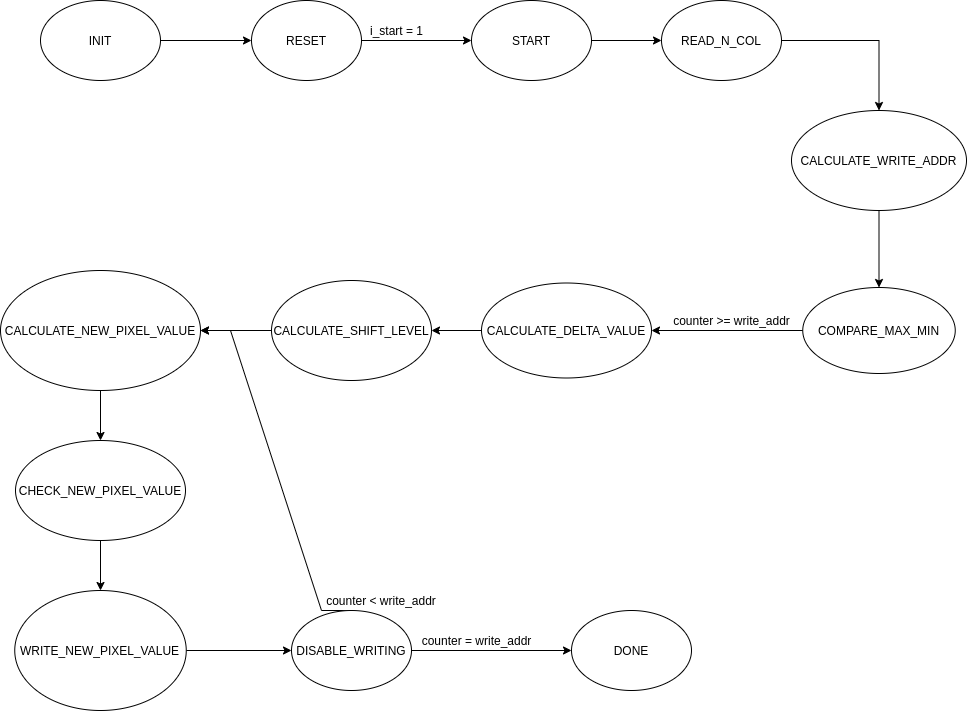
This is doc/FSM.png from maurofama99/Progetto-Reti-Logiche-2021, a draw.io export, as it was before one commit. Source tidied: cells renumbered, new cells last; positions are measured from the earlier drawing's top-left corner, leaving out a move shared by most shapes.
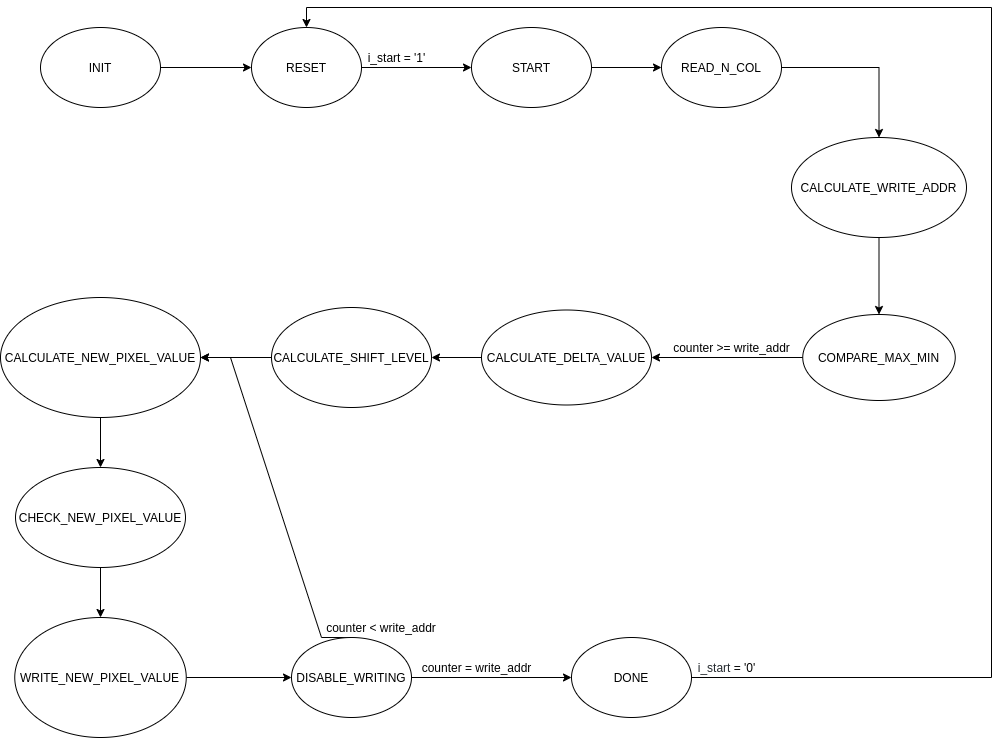
After the change.

Diff of the diagram source:
```diff
@@ -74,7 +74,7 @@
     <mxCell id="25" value="counter &amp;gt;= write_addr" style="text;html=1;align=center;verticalAlign=middle;" parent="1" vertex="1">
       <mxGeometry x="666" y="310" width="130" height="20" as="geometry" />
     </mxCell>
-    <mxCell id="26" value="i_start = 1" style="text;html=1;align=center;verticalAlign=middle;" parent="1" vertex="1">
+    <mxCell id="26" value="i_start = '1'" style="text;html=1;align=center;verticalAlign=middle;" parent="1" vertex="1">
       <mxGeometry x="361" y="20" width="70" height="20" as="geometry" />
     </mxCell>
     <mxCell id="27" style="edgeStyle=orthogonalEdgeStyle;rounded=0;jettySize=auto;html=1;exitX=0.5;exitY=1;exitDx=0;exitDy=0;entryX=0.5;entryY=0;entryDx=0;entryDy=0;" parent="1" edge="1" source="28" target="17">
@@ -86,11 +86,23 @@
     <mxCell id="29" value="counter &amp;lt; write_addr" style="text;html=1;strokeColor=none;fillColor=none;align=center;verticalAlign=middle;whiteSpace=wrap;rounded=0;" parent="1" vertex="1">
       <mxGeometry x="321" y="590" width="120" height="20" as="geometry" />
     </mxCell>
+    <mxCell id="32" style="edgeStyle=orthogonalEdgeStyle;rounded=0;jettySize=auto;html=1;exitX=1;exitY=0.5;exitDx=0;exitDy=0;entryX=0.5;entryY=0;entryDx=0;entryDy=0;" parent="1" edge="1" source="30" target="5">
+      <mxGeometry relative="1" as="geometry">
+        <Array as="points">
+          <mxPoint x="991" y="650" />
+          <mxPoint x="991" y="-20" />
+          <mxPoint x="306" y="-20" />
+        </Array>
+      </mxGeometry>
+    </mxCell>
     <mxCell id="30" value="DONE" style="ellipse;whiteSpace=wrap;html=1;" parent="1" vertex="1">
       <mxGeometry x="571" y="610" width="120" height="80" as="geometry" />
     </mxCell>
     <mxCell id="31" value="counter = write_addr" style="text;html=1;align=center;verticalAlign=middle;" parent="1" vertex="1">
       <mxGeometry x="411" y="630" width="130" height="20" as="geometry" />
     </mxCell>
+    <mxCell id="33" value="&lt;span style=&quot;color: rgb(36 , 41 , 46) ; font-family: , &amp;#34;consolas&amp;#34; , &amp;#34;liberation mono&amp;#34; , &amp;#34;menlo&amp;#34; , monospace ; background-color: rgb(255 , 255 , 255)&quot;&gt;i_start &lt;/span&gt;&lt;span class=&quot;pl-k&quot; style=&quot;box-sizing: border-box ; font-family: , &amp;#34;consolas&amp;#34; , &amp;#34;liberation mono&amp;#34; , &amp;#34;menlo&amp;#34; , monospace ; background-color: rgb(255 , 255 , 255)&quot;&gt;=&lt;/span&gt;&lt;span style=&quot;color: rgb(36 , 41 , 46) ; font-family: , &amp;#34;consolas&amp;#34; , &amp;#34;liberation mono&amp;#34; , &amp;#34;menlo&amp;#34; , monospace ; background-color: rgb(255 , 255 , 255)&quot;&gt; &lt;/span&gt;&lt;span class=&quot;pl-c1&quot; style=&quot;box-sizing: border-box ; font-family: , &amp;#34;consolas&amp;#34; , &amp;#34;liberation mono&amp;#34; , &amp;#34;menlo&amp;#34; , monospace ; background-color: rgb(255 , 255 , 255)&quot;&gt;'0'&lt;/span&gt;" style="text;html=1;align=center;verticalAlign=middle;strokeColor=none;" parent="1" vertex="1">
+      <mxGeometry x="691" y="630" width="70" height="20" as="geometry" />
+    </mxCell>
   </root>
 </mxGraphModel>
```
